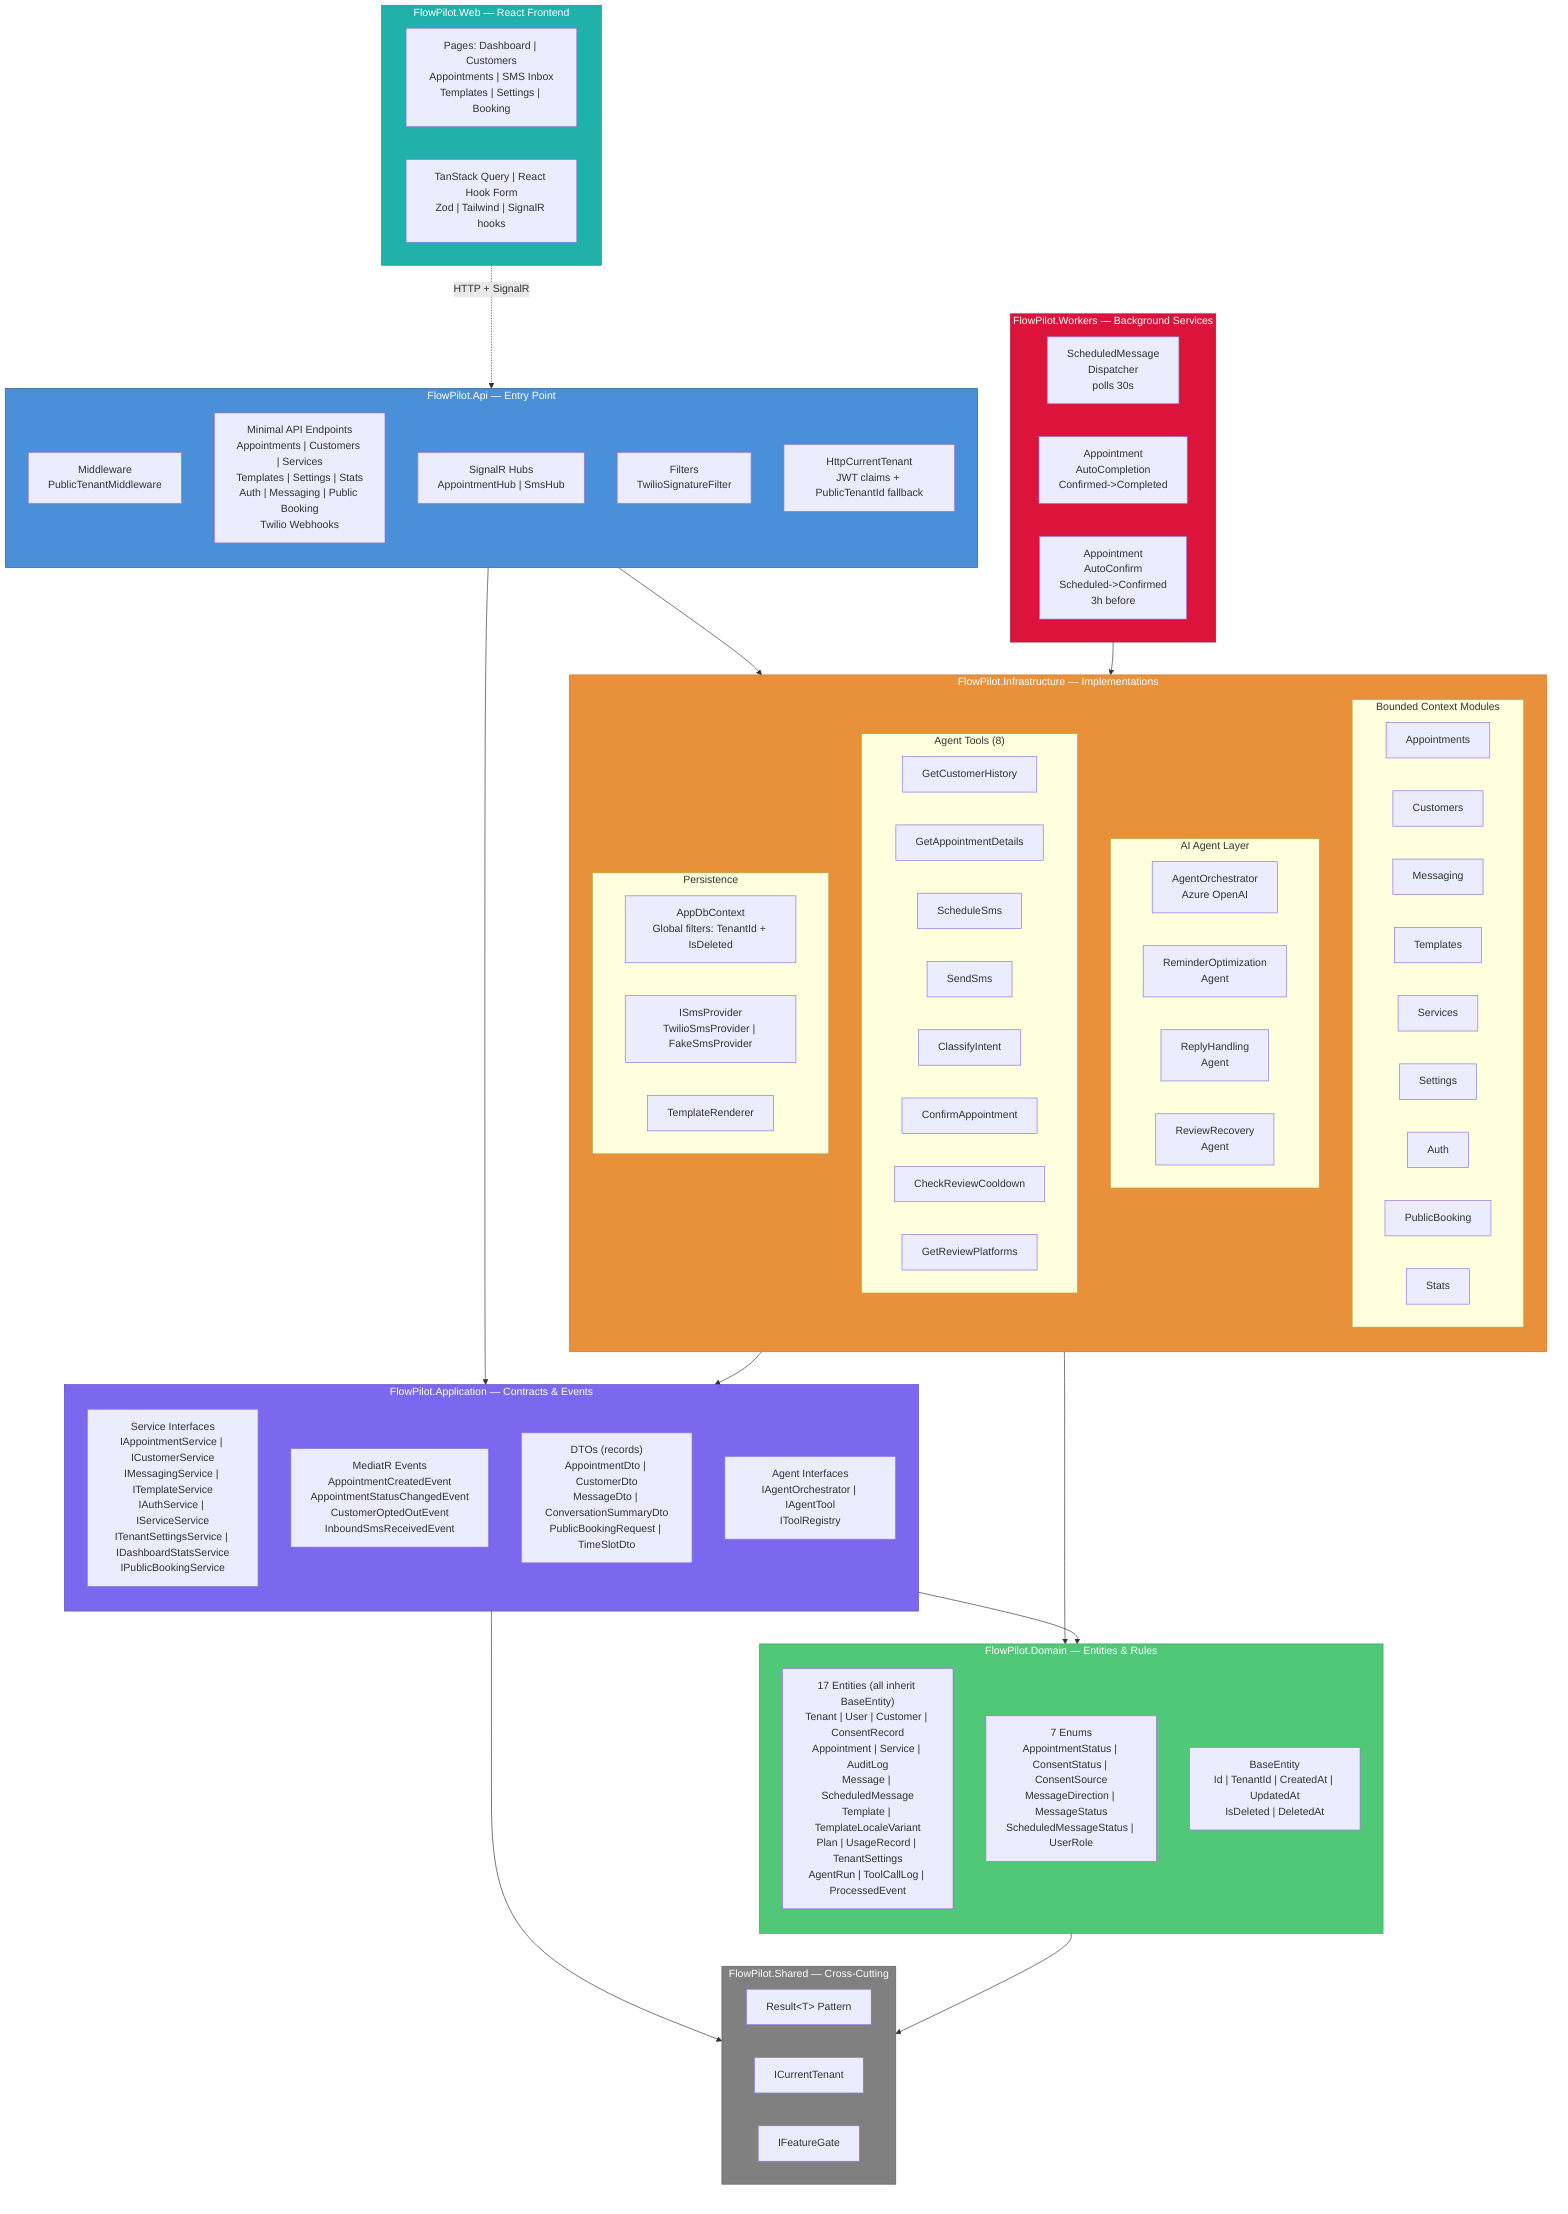
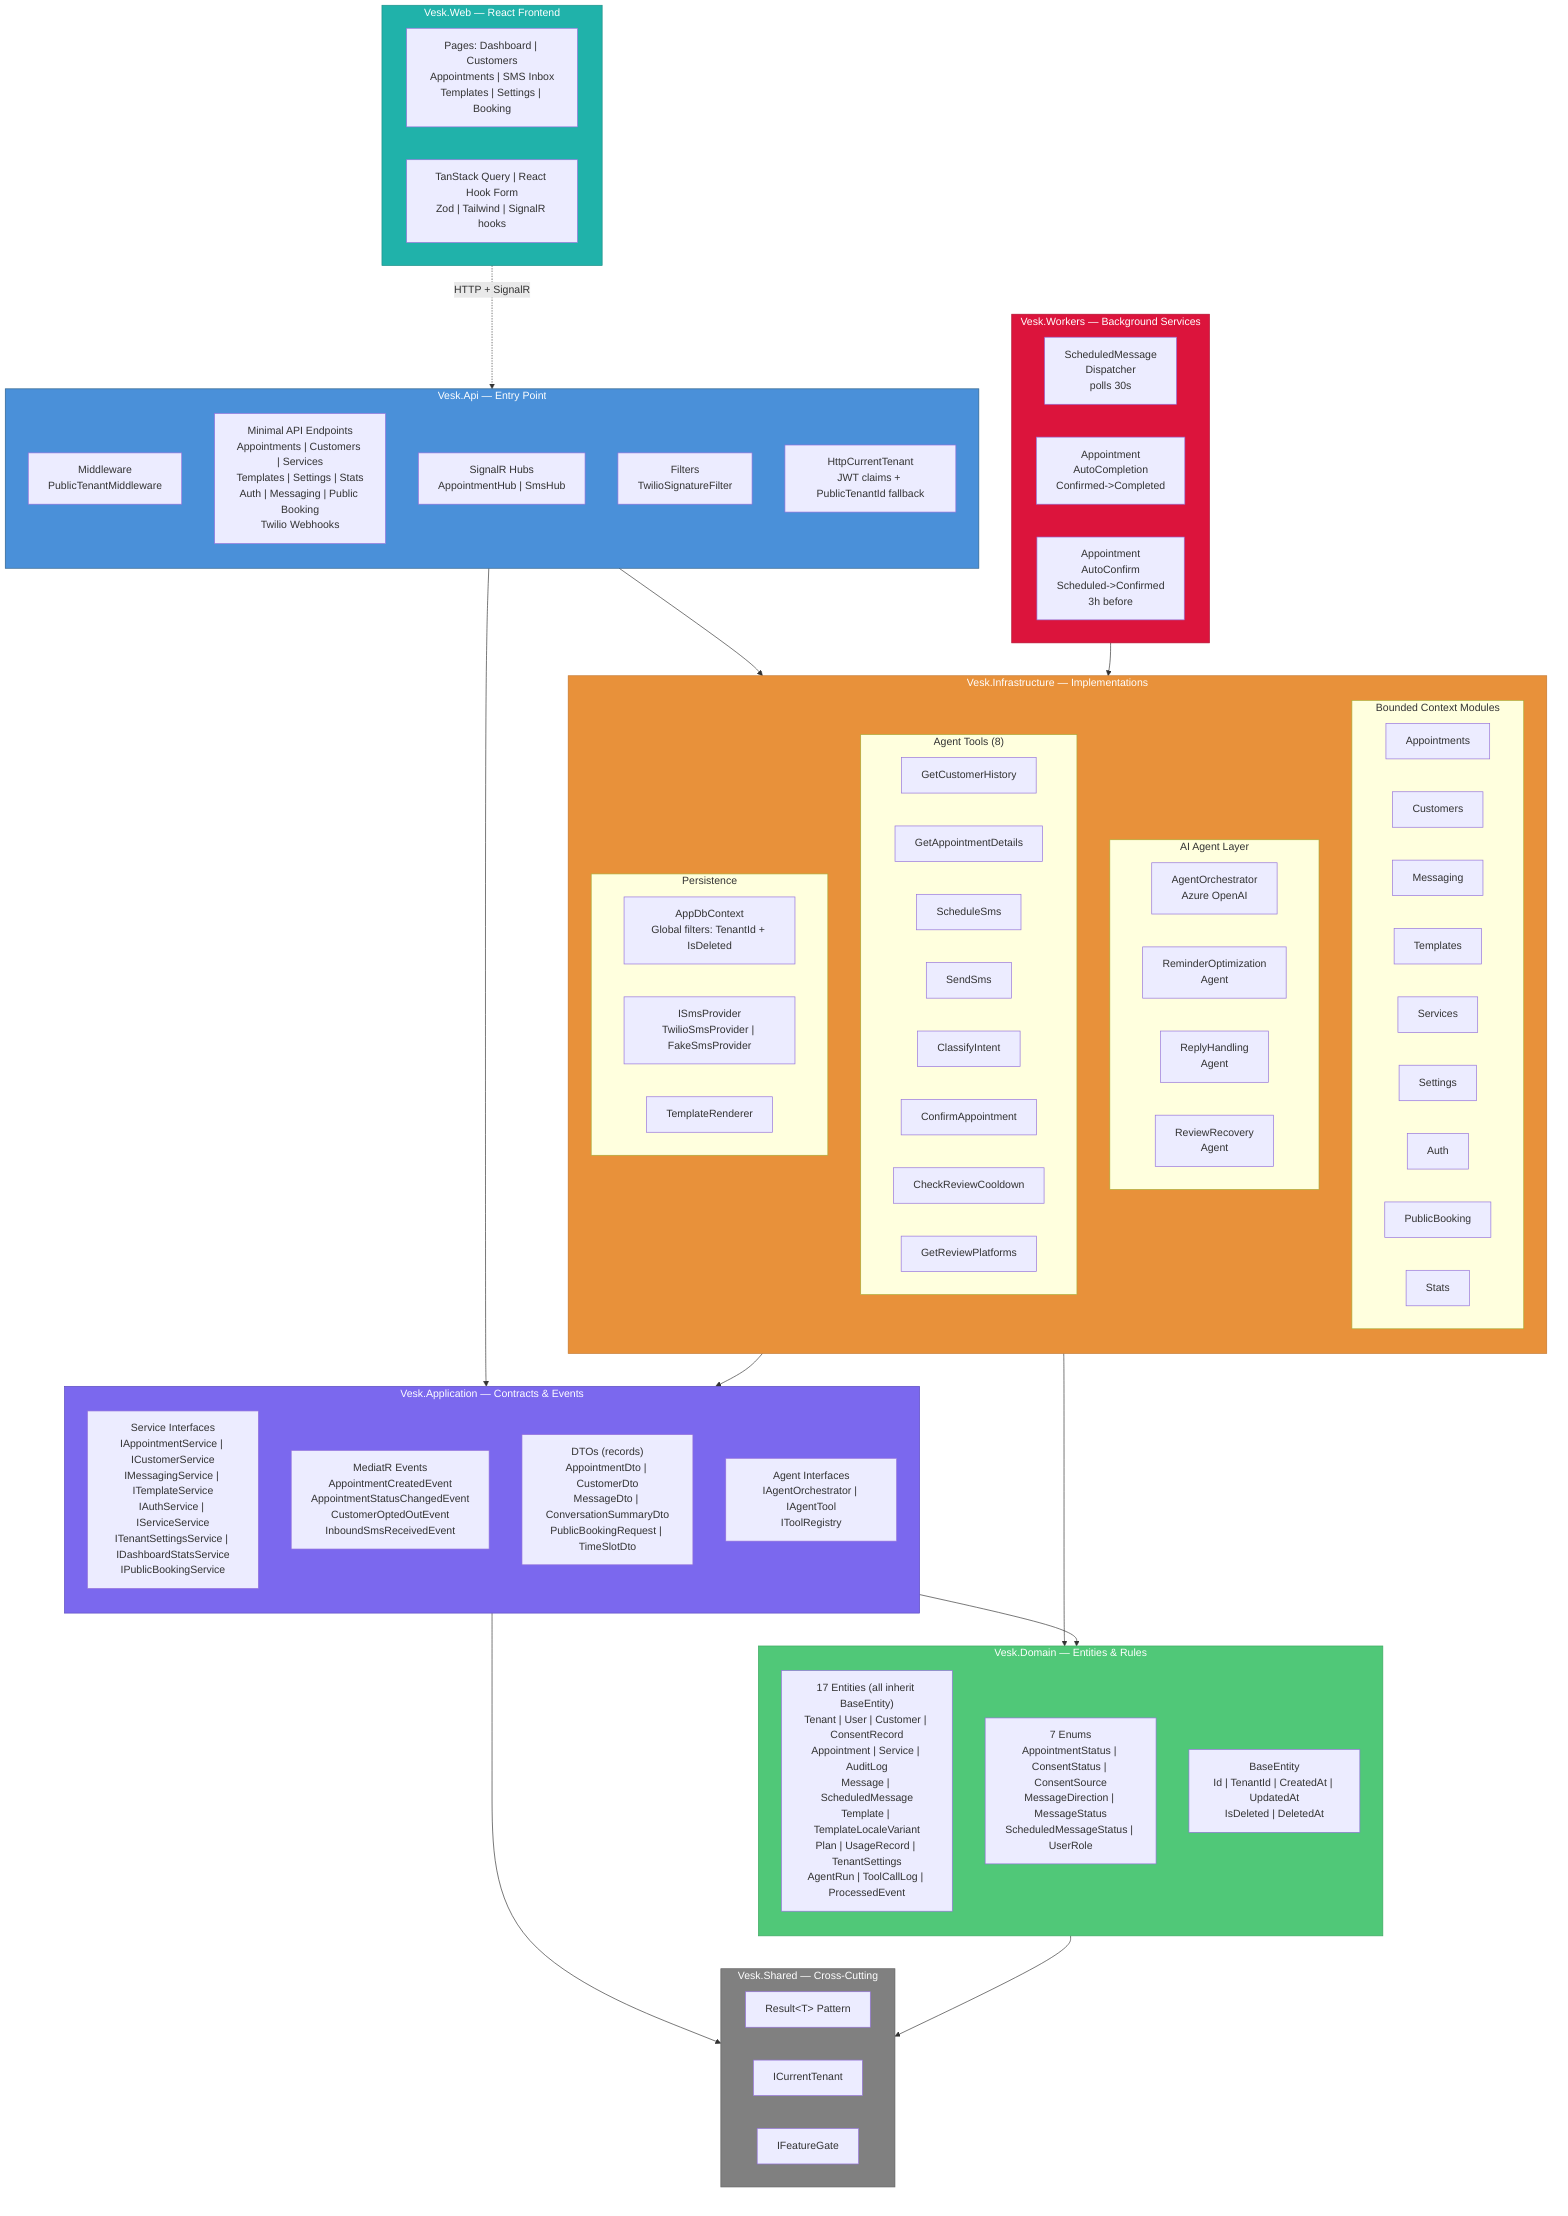
graph TB
-     subgraph API["FlowPilot.Api — Entry Point"]
+     subgraph API["Vesk.Api — Entry Point"]
        direction TB
        MW["Middleware<br/>PublicTenantMiddleware"]
        ENDPOINTS["Minimal API Endpoints<br/>Appointments | Customers | Services<br/>Templates | Settings | Stats<br/>Auth | Messaging | Public Booking<br/>Twilio Webhooks"]
        HUBS["SignalR Hubs<br/>AppointmentHub | SmsHub"]
        FILTERS["Filters<br/>TwilioSignatureFilter"]
        HTTP_TENANT["HttpCurrentTenant<br/>JWT claims + PublicTenantId fallback"]
    end

-     subgraph APP["FlowPilot.Application — Contracts & Events"]
+     subgraph APP["Vesk.Application — Contracts & Events"]
        direction TB
        IFACES["Service Interfaces<br/>IAppointmentService | ICustomerService<br/>IMessagingService | ITemplateService<br/>IAuthService | IServiceService<br/>ITenantSettingsService | IDashboardStatsService<br/>IPublicBookingService"]
        EVENTS["MediatR Events<br/>AppointmentCreatedEvent<br/>AppointmentStatusChangedEvent<br/>CustomerOptedOutEvent<br/>InboundSmsReceivedEvent"]
        DTOS["DTOs (records)<br/>AppointmentDto | CustomerDto<br/>MessageDto | ConversationSummaryDto<br/>PublicBookingRequest | TimeSlotDto"]
        AGENT_IFACES["Agent Interfaces<br/>IAgentOrchestrator | IAgentTool<br/>IToolRegistry"]
    end

-     subgraph INFRA["FlowPilot.Infrastructure — Implementations"]
+     subgraph INFRA["Vesk.Infrastructure — Implementations"]
        direction TB
        subgraph MODULES["Bounded Context Modules"]
            direction LR
            M_APT["Appointments"]
            M_CUST["Customers"]
            M_MSG["Messaging"]
            M_TMPL["Templates"]
            M_SVC["Services"]
            M_SET["Settings"]
            M_AUTH["Auth"]
            M_BOOK["PublicBooking"]
            M_STATS["Stats"]
        end
        subgraph AGENTS["AI Agent Layer"]
            direction LR
            ORCH["AgentOrchestrator<br/>Azure OpenAI"]
            REM_AGENT["ReminderOptimization<br/>Agent"]
            REPLY_AGENT["ReplyHandling<br/>Agent"]
            REVIEW_AGENT["ReviewRecovery<br/>Agent"]
        end
        subgraph TOOLS["Agent Tools (8)"]
            direction LR
            T1["GetCustomerHistory"]
            T2["GetAppointmentDetails"]
            T3["ScheduleSms"]
            T4["SendSms"]
            T5["ClassifyIntent"]
            T6["ConfirmAppointment"]
            T7["CheckReviewCooldown"]
            T8["GetReviewPlatforms"]
        end
        subgraph PERSIST["Persistence"]
            direction LR
            DBCTX["AppDbContext<br/>Global filters: TenantId + IsDeleted"]
            SMS_PROV["ISmsProvider<br/>TwilioSmsProvider | FakeSmsProvider"]
            TMPL_REND["TemplateRenderer"]
        end
    end

-     subgraph DOMAIN["FlowPilot.Domain — Entities & Rules"]
+     subgraph DOMAIN["Vesk.Domain — Entities & Rules"]
        direction TB
        ENTITIES["17 Entities (all inherit BaseEntity)<br/>Tenant | User | Customer | ConsentRecord<br/>Appointment | Service | AuditLog<br/>Message | ScheduledMessage<br/>Template | TemplateLocaleVariant<br/>Plan | UsageRecord | TenantSettings<br/>AgentRun | ToolCallLog | ProcessedEvent"]
        ENUMS["7 Enums<br/>AppointmentStatus | ConsentStatus | ConsentSource<br/>MessageDirection | MessageStatus<br/>ScheduledMessageStatus | UserRole"]
        BASE["BaseEntity<br/>Id | TenantId | CreatedAt | UpdatedAt<br/>IsDeleted | DeletedAt"]
    end

-     subgraph SHARED["FlowPilot.Shared — Cross-Cutting"]
+     subgraph SHARED["Vesk.Shared — Cross-Cutting"]
        direction LR
        RESULT["Result&lt;T&gt; Pattern"]
        ITENANT["ICurrentTenant"]
        IGATE["IFeatureGate"]
    end

-     subgraph WORKERS["FlowPilot.Workers — Background Services"]
+     subgraph WORKERS["Vesk.Workers — Background Services"]
        direction LR
        W1["ScheduledMessage<br/>Dispatcher<br/>polls 30s"]
        W2["Appointment<br/>AutoCompletion<br/>Confirmed->Completed"]
        W3["Appointment<br/>AutoConfirm<br/>Scheduled->Confirmed<br/>3h before"]
    end

-     subgraph WEB["FlowPilot.Web — React Frontend"]
+     subgraph WEB["Vesk.Web — React Frontend"]
        direction LR
        PAGES["Pages: Dashboard | Customers<br/>Appointments | SMS Inbox<br/>Templates | Settings | Booking"]
        TECH["TanStack Query | React Hook Form<br/>Zod | Tailwind | SignalR hooks"]
    end

    %% Layer dependencies (arrows point inward)
    API --> APP
    API --> INFRA
    INFRA --> APP
    INFRA --> DOMAIN
    APP --> DOMAIN
    APP --> SHARED
    DOMAIN --> SHARED
    WORKERS --> INFRA
    WEB -.->|HTTP + SignalR| API

    %% Styling
    classDef apiStyle fill:#4A90D9,stroke:#2C5F8A,color:#fff
    classDef appStyle fill:#7B68EE,stroke:#5A4CBE,color:#fff
    classDef infraStyle fill:#E8913A,stroke:#C47830,color:#fff
    classDef domainStyle fill:#50C878,stroke:#3DA660,color:#fff
    classDef sharedStyle fill:#808080,stroke:#606060,color:#fff
    classDef workerStyle fill:#DC143C,stroke:#B01030,color:#fff
    classDef webStyle fill:#20B2AA,stroke:#1A8F88,color:#fff

    class API apiStyle
    class APP appStyle
    class INFRA infraStyle
    class DOMAIN domainStyle
    class SHARED sharedStyle
    class WORKERS workerStyle
    class WEB webStyle
